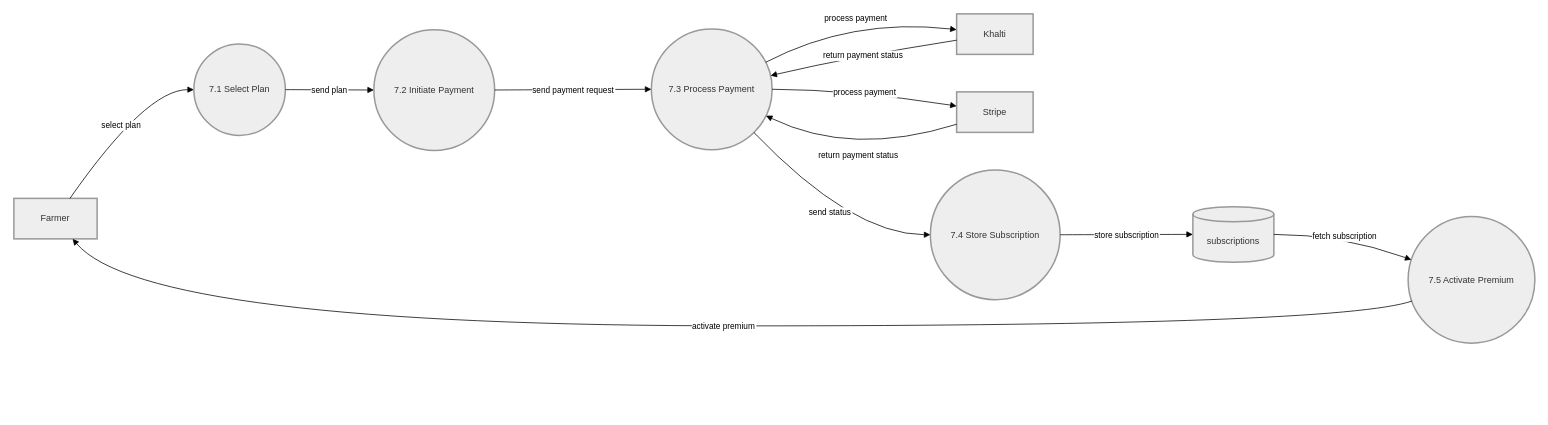
Earlier version of the draw.io diagram final/Level 2 DFD for Process 7.0 Premium Subscription and Payment.drawio (bidur7745/Drawio-Files). Source tidied: cells renumbered, new cells numbered last; positions are measured from the earlier drawing's top-left corner, leaving out a move shared by most shapes. Both pictures are drawn from the tidied source at 75%, with x=0, y=0 at pixel (14, 14).
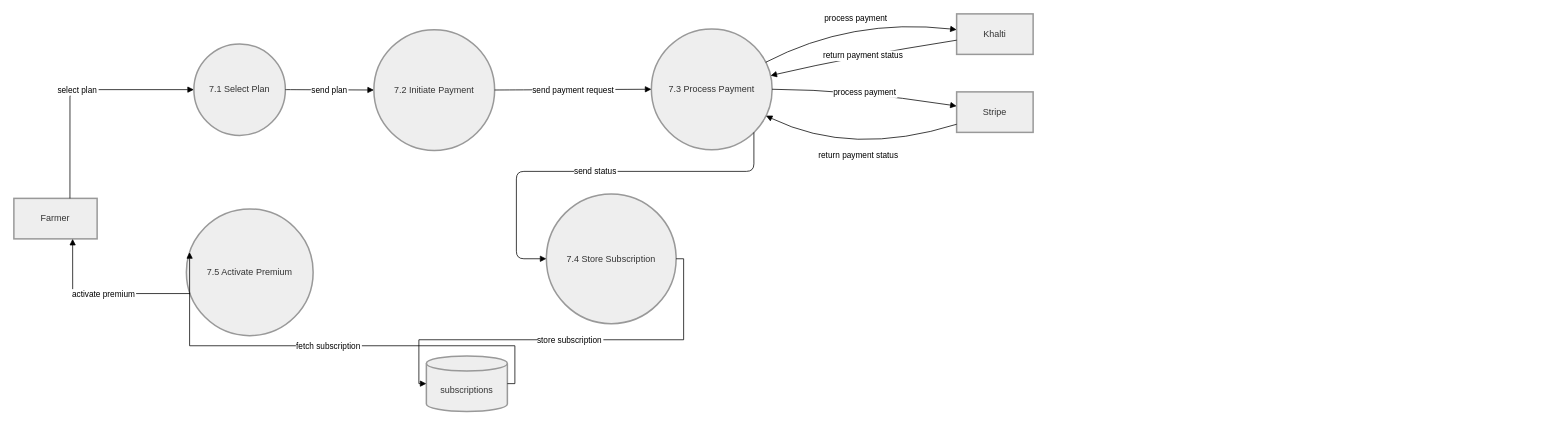
The same diagram, later.

Unchanged cells that the change refers to:
```xml
<mxCell id="2" value="Farmer" style="whiteSpace=wrap;strokeWidth=2;fillColor=light-dark(#eeeeee,#1f2020);strokeColor=light-dark(#999999,#cccccc);fontColor=light-dark(#333333,#cccccc);" parent="1" vertex="1">
  <mxGeometry y="246" width="111" height="54" as="geometry" />
</mxCell>
<mxCell id="5" value="7.1 Select Plan" style="ellipse;strokeWidth=2;whiteSpace=wrap;fillColor=light-dark(#eeeeee,#1f2020);strokeColor=light-dark(#999999,#cccccc);fontColor=light-dark(#333333,#cccccc);" parent="1" vertex="1">
  <mxGeometry x="240" y="40" width="122" height="122" as="geometry" />
</mxCell>
<mxCell id="7" value="7.3 Process Payment" style="ellipse;strokeWidth=2;whiteSpace=wrap;fillColor=light-dark(#eeeeee,#1f2020);strokeColor=light-dark(#999999,#cccccc);fontColor=light-dark(#333333,#cccccc);" parent="1" vertex="1">
  <mxGeometry x="850" y="20" width="161" height="161" as="geometry" />
</mxCell>
```

Change to the diagram source:
```diff
@@
     <mxCell id="8" value="7.4 Store Subscription" style="ellipse;strokeWidth=2;whiteSpace=wrap;fillColor=light-dark(#eeeeee,#1f2020);strokeColor=light-dark(#999999,#cccccc);fontColor=light-dark(#333333,#cccccc);" parent="1" vertex="1">
-      <mxGeometry x="1222" y="208" width="173" height="173" as="geometry" />
+      <mxGeometry x="710" y="240" width="173" height="173" as="geometry" />
     </mxCell>
     <mxCell id="9" value="7.5 Activate Premium" style="ellipse;strokeWidth=2;whiteSpace=wrap;fillColor=light-dark(#eeeeee,#1f2020);strokeColor=light-dark(#999999,#cccccc);fontColor=light-dark(#333333,#cccccc);" parent="1" vertex="1">
-      <mxGeometry x="1859" y="270" width="169" height="169" as="geometry" />
+      <mxGeometry x="230" y="260" width="169" height="169" as="geometry" />
     </mxCell>
     <mxCell id="10" value="subscriptions" style="shape=cylinder3;boundedLbl=1;backgroundOutline=1;size=10;strokeWidth=2;whiteSpace=wrap;fillColor=light-dark(#eeeeee,#1f2020);strokeColor=light-dark(#999999,#cccccc);fontColor=light-dark(#333333,#cccccc);" parent="1" vertex="1">
-      <mxGeometry x="1572" y="257" width="108" height="74" as="geometry" />
+      <mxGeometry x="550" y="456" width="108" height="74" as="geometry" />
     </mxCell>
-    <mxCell id="11" value="select plan" style="curved=1;startArrow=none;endArrow=block;exitX=0.67;exitY=0.01;entryX=0;entryY=0.5;rounded=0;" parent="1" edge="1" source="2" target="5">
-      <mxGeometry relative="1" as="geometry">
-        <Array as="points">
-          <mxPoint x="176" y="101" />
-        </Array>
-      </mxGeometry>
+    <mxCell id="11" value="select plan" style="startArrow=none;endArrow=block;exitX=0.67;exitY=0.01;entryX=0;entryY=0.5;rounded=1;edgeStyle=orthogonalEdgeStyle;curved=0;" parent="1" edge="1" source="2" target="5">
+      <mxGeometry relative="1" as="geometry" />
     </mxCell>
@@
-    <mxCell id="18" value="send status" style="curved=1;startArrow=none;endArrow=block;exitX=0.99;exitY=1;entryX=0;entryY=0.5;rounded=0;" parent="1" edge="1" source="7" target="8">
+    <mxCell id="18" value="send status" style="startArrow=none;endArrow=block;exitX=0.99;exitY=1;entryX=0;entryY=0.5;rounded=1;edgeStyle=orthogonalEdgeStyle;curved=0;" parent="1" edge="1" source="7" target="8">
       <mxGeometry relative="1" as="geometry">
         <Array as="points">
-          <mxPoint x="1117" y="294" />
+          <mxPoint x="987" y="210" />
+          <mxPoint x="670" y="210" />
+          <mxPoint x="670" y="326" />
         </Array>
       </mxGeometry>
     </mxCell>
-    <mxCell id="19" value="store subscription" style="curved=1;startArrow=none;endArrow=block;exitX=1;exitY=0.5;entryX=0;entryY=0.5;rounded=0;" parent="1" edge="1" source="8" target="10">
+    <mxCell id="19" value="store subscription" style="startArrow=none;endArrow=block;exitX=1;exitY=0.5;entryX=0;entryY=0.5;rounded=0;edgeStyle=orthogonalEdgeStyle;" parent="1" edge="1" source="8" target="10">
       <mxGeometry relative="1" as="geometry" />
     </mxCell>
-    <mxCell id="20" value="fetch subscription" style="curved=1;startArrow=none;endArrow=block;exitX=1;exitY=0.5;entryX=0;entryY=0.33;rounded=0;" parent="1" edge="1" source="10" target="9">
-      <mxGeometry relative="1" as="geometry">
-        <Array as="points">
-          <mxPoint x="1769" y="294" />
-        </Array>
-      </mxGeometry>
+    <mxCell id="20" value="fetch subscription" style="startArrow=none;endArrow=block;exitX=1;exitY=0.5;entryX=0;entryY=0.33;rounded=0;edgeStyle=orthogonalEdgeStyle;" parent="1" edge="1" source="10" target="9">
+      <mxGeometry relative="1" as="geometry" />
     </mxCell>
-    <mxCell id="21" value="activate premium" style="curved=1;startArrow=none;endArrow=block;exitX=0;exitY=0.68;entryX=0.71;entryY=1.01;rounded=0;" parent="1" edge="1" source="9" target="2">
-      <mxGeometry relative="1" as="geometry">
-        <Array as="points">
-          <mxPoint x="1769" y="416" />
-          <mxPoint x="176" y="416" />
-        </Array>
-      </mxGeometry>
+    <mxCell id="21" value="activate premium" style="startArrow=none;endArrow=block;exitX=0;exitY=0.68;entryX=0.71;entryY=1.01;rounded=0;edgeStyle=orthogonalEdgeStyle;" parent="1" edge="1" source="9" target="2">
+      <mxGeometry relative="1" as="geometry" />
     </mxCell>
```
